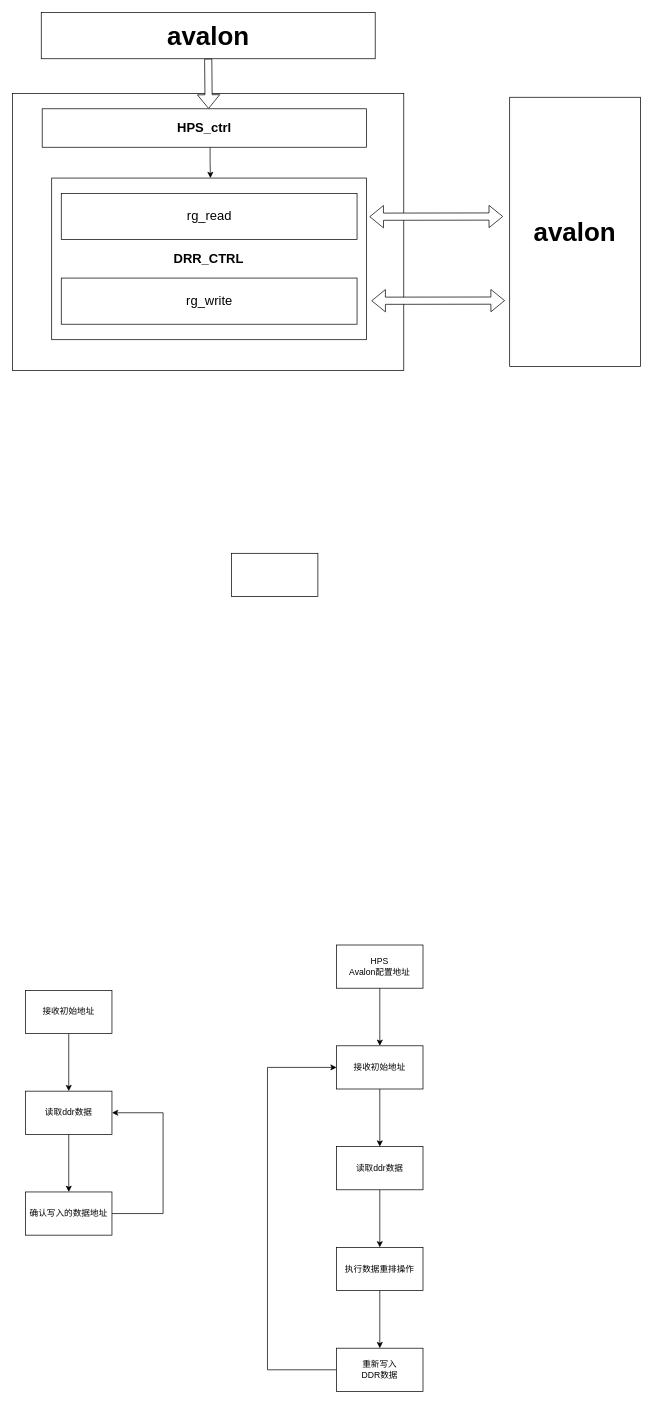
Earlier version of the draw.io diagram 数据重排.drawio (AQii77/drawio_SAVE). Source tidied: cells renumbered, new cells numbered last; positions are measured from the earlier drawing's top-left corner, leaving out a move shared by most shapes. Both pictures are drawn from the tidied source at 72%, with x=0, y=0 at pixel (12, 12).
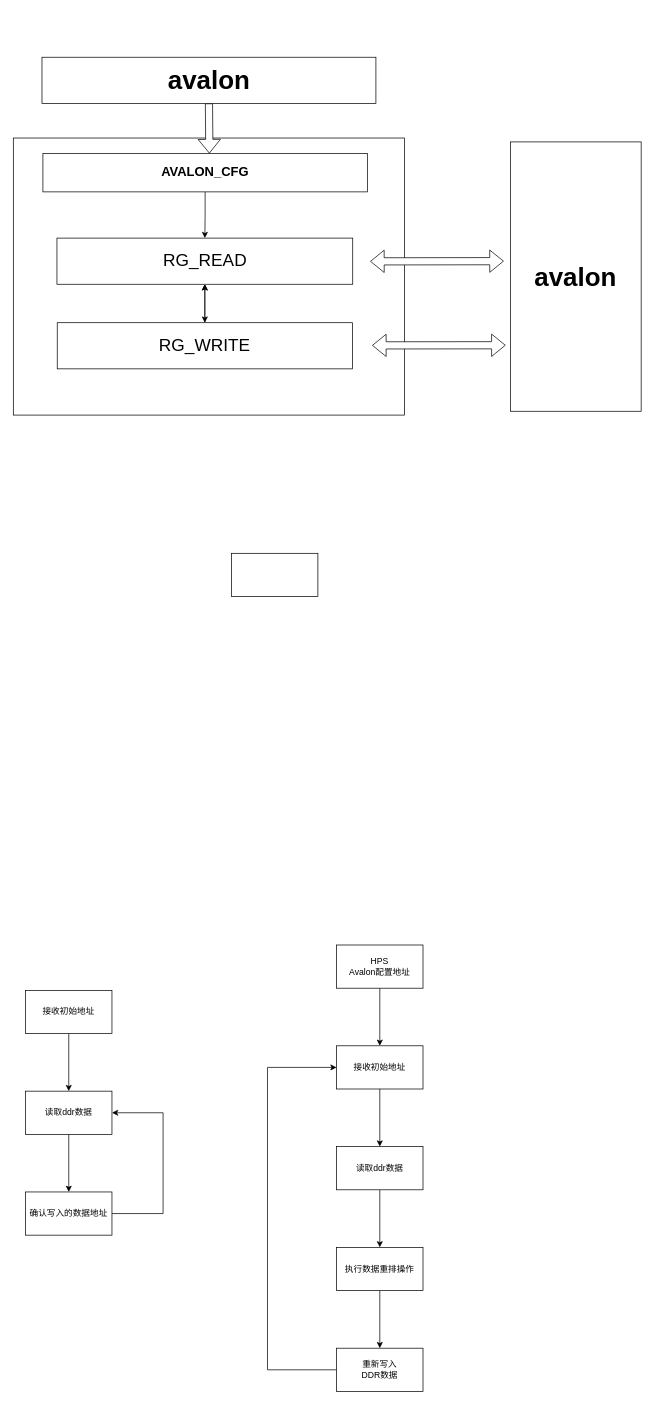
The same page after the edit.

Commit message:
更新数据重排.drawio

Diff of the diagram source:
```diff
@@
     <mxCell id="8" style="group;" parent="1" vertex="1">
-      <mxGeometry width="872" height="497" as="geometry" />
+      <mxGeometry x="1" y="62" width="872" height="497" as="geometry" />
     </mxCell>
@@
-    <mxCell id="10" value="&lt;b&gt;&lt;font style=&quot;font-size: 18px;&quot;&gt;DRR_CTRL&lt;/font&gt;&lt;/b&gt;" style="rounded=0;whiteSpace=wrap;html=1;" parent="8" vertex="1">
-      <mxGeometry x="54.3" y="229.8" width="437.3" height="224.5" as="geometry" />
-    </mxCell>
-    <mxCell id="11" value="&lt;font style=&quot;font-size: 18px;&quot;&gt;rg_read&lt;/font&gt;" style="rounded=0;whiteSpace=wrap;html=1;" parent="8" vertex="1">
-      <mxGeometry x="67.6" y="251.2" width="410.8" height="64.1" as="geometry" />
+    <mxCell id="11" value="&lt;font style=&quot;font-size: 24px;&quot;&gt;RG_READ&lt;/font&gt;" style="rounded=0;whiteSpace=wrap;html=1;" parent="8" vertex="1">
+      <mxGeometry x="60.6" y="251.2" width="410.8" height="64.1" as="geometry" />
     </mxCell>
+    <mxCell id="31" style="edgeStyle=orthogonalEdgeStyle;rounded=0;jettySize=auto;html=1;" parent="8" edge="1" source="12" target="11">
+      <mxGeometry relative="1" as="geometry" />
+    </mxCell>
-    <mxCell id="12" value="&lt;font style=&quot;font-size: 18px;&quot;&gt;rg_write&lt;/font&gt;" style="rounded=0;whiteSpace=wrap;html=1;" parent="8" vertex="1">
-      <mxGeometry x="67.6" y="368.7" width="410.8" height="64.1" as="geometry" />
+    <mxCell id="12" value="&lt;font style=&quot;font-size: 24px;&quot;&gt;RG_WRITE&lt;/font&gt;" style="rounded=0;whiteSpace=wrap;html=1;" parent="8" vertex="1">
+      <mxGeometry x="61" y="368.7" width="410" height="64.1" as="geometry" />
     </mxCell>
-    <mxCell id="13" style="edgeStyle=orthogonalEdgeStyle;rounded=0;orthogonalLoop=1;jettySize=auto;html=1;exitX=0.75;exitY=1;exitDx=0;exitDy=0;entryX=0.426;entryY=0;entryDx=0;entryDy=0;entryPerimeter=0;" parent="8" edge="1">
-      <mxGeometry relative="1" as="geometry">
-        <mxPoint x="274.3" y="187" as="sourcePoint" />
-        <mxPoint x="274.8" y="229.8" as="targetPoint" />
-        <Array as="points">
-          <mxPoint x="274.3" y="208.4" />
-          <mxPoint x="274.3" y="208.4" />
-        </Array>
-      </mxGeometry>
-    </mxCell>
+    <mxCell id="32" style="edgeStyle=orthogonalEdgeStyle;rounded=0;jettySize=auto;html=1;exitX=0.5;exitY=1;exitDx=0;exitDy=0;entryX=0.5;entryY=0;entryDx=0;entryDy=0;" parent="8" edge="1" source="14" target="11">
+      <mxGeometry relative="1" as="geometry" />
+    </mxCell>
-    <mxCell id="14" value="&lt;b&gt;&lt;font style=&quot;font-size: 18px;&quot;&gt;HPS_ctrl&lt;/font&gt;&lt;/b&gt;" style="rounded=0;whiteSpace=wrap;html=1;" parent="8" vertex="1">
+    <mxCell id="14" value="&lt;b&gt;&lt;font style=&quot;font-size: 18px;&quot;&gt;AVALON_CFG&lt;/font&gt;&lt;/b&gt;" style="rounded=0;whiteSpace=wrap;html=1;" parent="8" vertex="1">
       <mxGeometry x="41.1" y="133.6" width="450.6" height="53.4" as="geometry" />
     </mxCell>
@@
+    <mxCell id="33" style="endArrow=classic;startArrow=classic;html=1;rounded=0;exitX=0.5;exitY=0;exitDx=0;exitDy=0;entryX=0.5;entryY=1;entryDx=0;entryDy=0;" parent="8" edge="1" source="12" target="11">
+      <mxGeometry relative="1" as="geometry" />
+    </mxCell>
```
